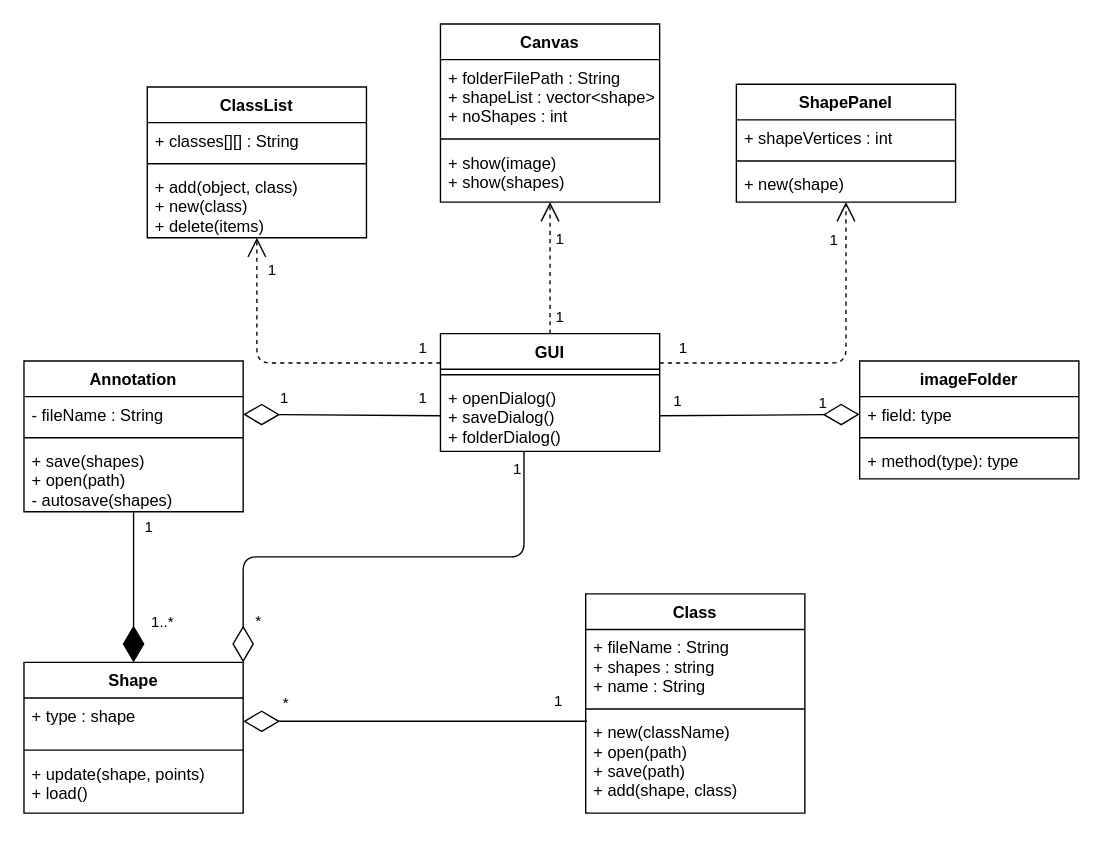
Moss99/SDI keeps this draw.io diagram as page "Page-13" (13 of 13) of Planning/uml/uml.drawio. Above is the earlier version. Source tidied: cells renumbered, new cells numbered last; positions are measured from the earlier drawing's top-left corner, leaving out a move shared by most shapes. Both pictures are drawn from the tidied source at 137%, with x=0, y=0 at pixel (23, 23).
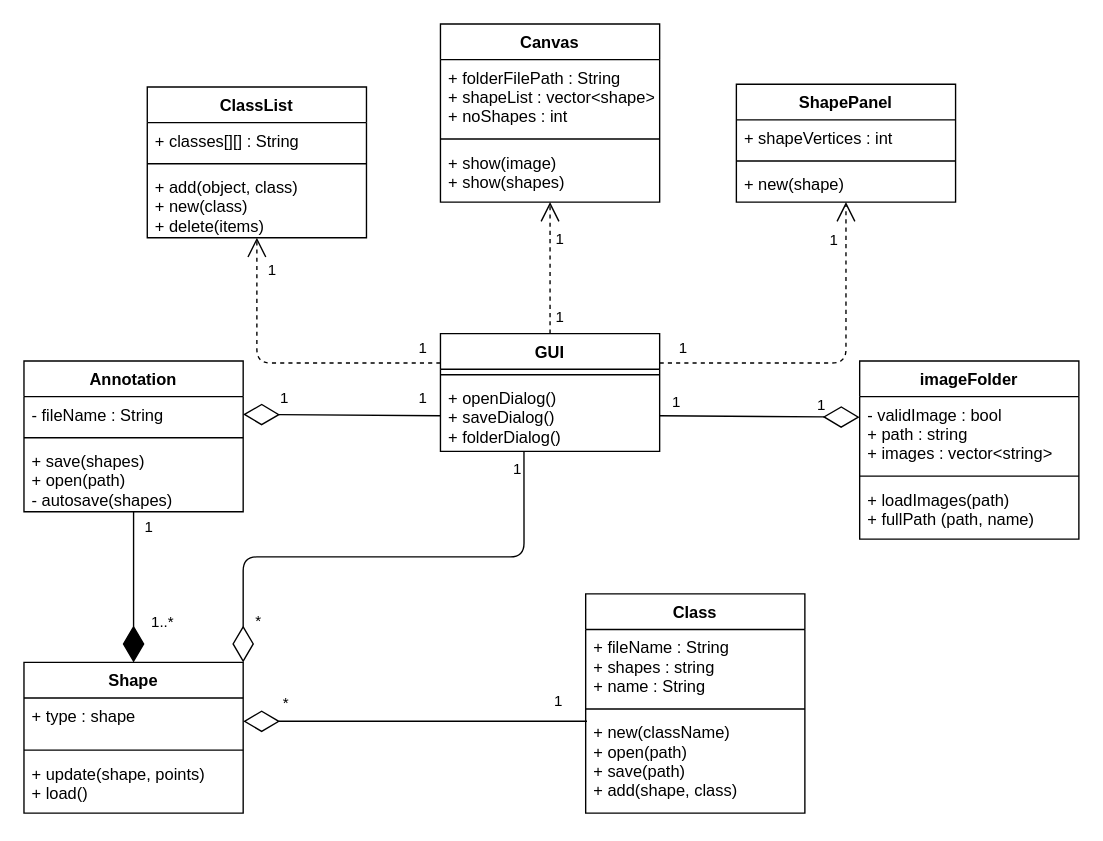
The same page after the edit.

Unchanged cells that the change refers to:
```xml
<mxCell id="4" value="+ openDialog()&#10;+ saveDialog()&#10;+ folderDialog()" style="text;strokeColor=none;fillColor=none;align=left;verticalAlign=top;spacingLeft=4;spacingRight=4;overflow=hidden;points=[[0,0.5],[1,0.5]];portConstraint=eastwest;" parent="2" vertex="1">
  <mxGeometry y="34" width="160" height="52" as="geometry" />
</mxCell>
```

Diff of the diagram source:
```diff
@@
-    <mxCell id="11" style="endArrow=diamondThin;endFill=0;endSize=24;html=1;entryX=0;entryY=0.5;entryDx=0;entryDy=0;exitX=1;exitY=0.5;exitDx=0;exitDy=0;" parent="1" edge="1" source="4" target="31">
+    <mxCell id="11" style="endArrow=diamondThin;endFill=0;endSize=24;html=1;entryX=0;entryY=0.278;entryDx=0;entryDy=0;exitX=1;exitY=0.5;exitDx=0;exitDy=0;entryPerimeter=0;" parent="1" edge="1" source="4" target="31">
       <mxGeometry relative="1" as="geometry" />
     </mxCell>
@@
     <mxCell id="30" value="imageFolder" style="swimlane;fontStyle=1;align=center;verticalAlign=top;horizontal=1;startSize=26;" parent="1" vertex="1">
-      <mxGeometry x="610" y="246" width="160" height="86" as="geometry" />
+      <mxGeometry x="610" y="246" width="160" height="130" as="geometry" />
     </mxCell>
-    <mxCell id="31" value="+ field: type" style="text;strokeColor=none;fillColor=none;align=left;verticalAlign=top;spacingLeft=4;spacingRight=4;overflow=hidden;points=[[0,0.5],[1,0.5]];portConstraint=eastwest;" parent="30" vertex="1">
-      <mxGeometry y="26" width="160" height="26" as="geometry" />
+    <mxCell id="31" value="- validImage : bool&#10;+ path : string&#10;+ images : vector&lt;string&gt;" style="text;strokeColor=none;fillColor=none;align=left;verticalAlign=top;spacingLeft=4;spacingRight=4;overflow=hidden;points=[[0,0.5],[1,0.5]];portConstraint=eastwest;" parent="30" vertex="1">
+      <mxGeometry y="26" width="160" height="54" as="geometry" />
     </mxCell>
     <mxCell id="32" style="line;strokeWidth=1;fillColor=none;align=left;verticalAlign=middle;spacingTop=-1;spacingLeft=3;spacingRight=3;labelPosition=right;" parent="30" vertex="1">
-      <mxGeometry y="52" width="160" height="8" as="geometry" />
+      <mxGeometry y="80" width="160" height="8" as="geometry" />
     </mxCell>
-    <mxCell id="33" value="+ method(type): type" style="text;strokeColor=none;fillColor=none;align=left;verticalAlign=top;spacingLeft=4;spacingRight=4;overflow=hidden;" parent="30" vertex="1">
-      <mxGeometry y="60" width="160" height="26" as="geometry" />
+    <mxCell id="33" value="+ loadImages(path)&#10;+ fullPath (path, name)" style="text;strokeColor=none;fillColor=none;align=left;verticalAlign=top;spacingLeft=4;spacingRight=4;overflow=hidden;" parent="30" vertex="1">
+      <mxGeometry y="88" width="160" height="42" as="geometry" />
     </mxCell>
```
